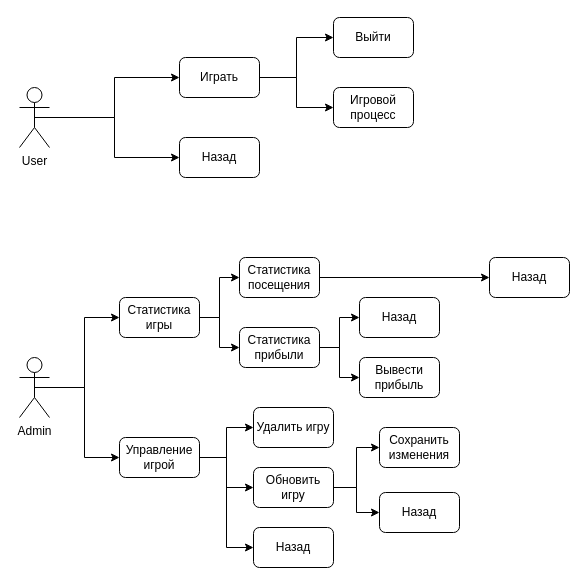
Earlier version of the draw.io diagram диаграмма для диплома.drawio (foreverhermit/Diplom_-). Source tidied: cells renumbered, new cells numbered last; positions are measured from the earlier drawing's top-left corner, leaving out a move shared by most shapes. Both pictures are drawn from the tidied source at 100%, with x=0, y=0 at pixel (19, 17).
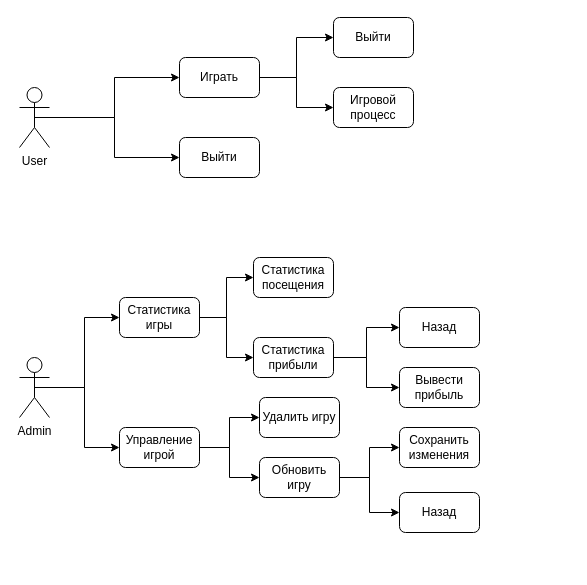
The same diagram, later.

Diff of the diagram source:
```diff
@@
-    <mxCell id="11" value="Назад" style="rounded=1;whiteSpace=wrap;html=1;" parent="1" vertex="1">
+    <mxCell id="11" value="Выйти" style="rounded=1;whiteSpace=wrap;html=1;" parent="1" vertex="1">
       <mxGeometry x="160" y="120" width="80" height="40" as="geometry" />
     </mxCell>
@@
-    <mxCell id="19" style="edgeStyle=orthogonalEdgeStyle;rounded=0;jettySize=auto;html=1;exitX=1;exitY=0.5;exitDx=0;exitDy=0;entryX=0;entryY=0.5;entryDx=0;entryDy=0;" parent="1" edge="1" source="20" target="33">
-      <mxGeometry relative="1" as="geometry" />
-    </mxCell>
     <mxCell id="20" value="Управление игрой" style="rounded=1;whiteSpace=wrap;html=1;" parent="1" vertex="1">
-      <mxGeometry x="100" y="420" width="80" height="40" as="geometry" />
+      <mxGeometry x="100" y="410" width="80" height="40" as="geometry" />
     </mxCell>
@@
-    <mxCell id="22" style="edgeStyle=orthogonalEdgeStyle;rounded=0;jettySize=auto;html=1;exitX=1;exitY=0.5;exitDx=0;exitDy=0;entryX=0;entryY=0.5;entryDx=0;entryDy=0;" parent="1" edge="1" source="23" target="35">
+    <mxCell id="22" style="edgeStyle=orthogonalEdgeStyle;rounded=0;jettySize=auto;html=1;exitX=1;exitY=0.5;exitDx=0;exitDy=0;" parent="1" edge="1" source="23" target="35">
       <mxGeometry relative="1" as="geometry" />
     </mxCell>
     <mxCell id="23" value="Обновить игру" style="rounded=1;whiteSpace=wrap;html=1;" parent="1" vertex="1">
-      <mxGeometry x="234" y="450" width="80" height="40" as="geometry" />
+      <mxGeometry x="240" y="440" width="80" height="40" as="geometry" />
     </mxCell>
     <mxCell id="24" value="Удалить игру" style="rounded=1;whiteSpace=wrap;html=1;" parent="1" vertex="1">
-      <mxGeometry x="234" y="390" width="80" height="40" as="geometry" />
+      <mxGeometry x="240" y="380" width="80" height="40" as="geometry" />
     </mxCell>
-    <mxCell id="25" style="edgeStyle=orthogonalEdgeStyle;rounded=0;jettySize=auto;html=1;exitX=1;exitY=0.5;exitDx=0;exitDy=0;" parent="1" edge="1" source="26" target="32">
-      <mxGeometry relative="1" as="geometry" />
-    </mxCell>
     <mxCell id="26" value="Статистика посещения" style="rounded=1;whiteSpace=wrap;html=1;" parent="1" vertex="1">
-      <mxGeometry x="220" y="240" width="80" height="40" as="geometry" />
+      <mxGeometry x="234" y="240" width="80" height="40" as="geometry" />
     </mxCell>
@@
     <mxCell id="29" value="Статистика прибыли" style="rounded=1;whiteSpace=wrap;html=1;" parent="1" vertex="1">
-      <mxGeometry x="220" y="310" width="80" height="40" as="geometry" />
+      <mxGeometry x="234" y="320" width="80" height="40" as="geometry" />
     </mxCell>
     <mxCell id="30" value="Вывести прибыль" style="rounded=1;whiteSpace=wrap;html=1;" parent="1" vertex="1">
-      <mxGeometry x="340" y="340" width="80" height="40" as="geometry" />
+      <mxGeometry x="380" y="350" width="80" height="40" as="geometry" />
     </mxCell>
     <mxCell id="31" value="Назад" style="rounded=1;whiteSpace=wrap;html=1;" parent="1" vertex="1">
-      <mxGeometry x="340" y="280" width="80" height="40" as="geometry" />
+      <mxGeometry x="380" y="290" width="80" height="40" as="geometry" />
     </mxCell>
-    <mxCell id="32" value="Назад" style="rounded=1;whiteSpace=wrap;html=1;" parent="1" vertex="1">
-      <mxGeometry x="470" y="240" width="80" height="40" as="geometry" />
-    </mxCell>
-    <mxCell id="33" value="Назад" style="rounded=1;whiteSpace=wrap;html=1;" parent="1" vertex="1">
-      <mxGeometry x="234" y="510" width="80" height="40" as="geometry" />
-    </mxCell>
     <mxCell id="34" value="Сохранить изменения" style="rounded=1;whiteSpace=wrap;html=1;" parent="1" vertex="1">
-      <mxGeometry x="360" y="410" width="80" height="40" as="geometry" />
+      <mxGeometry x="380" y="410" width="80" height="40" as="geometry" />
     </mxCell>
     <mxCell id="35" value="Назад" style="rounded=1;whiteSpace=wrap;html=1;" parent="1" vertex="1">
-      <mxGeometry x="360" y="475" width="80" height="40" as="geometry" />
+      <mxGeometry x="380" y="475" width="80" height="40" as="geometry" />
     </mxCell>
```
